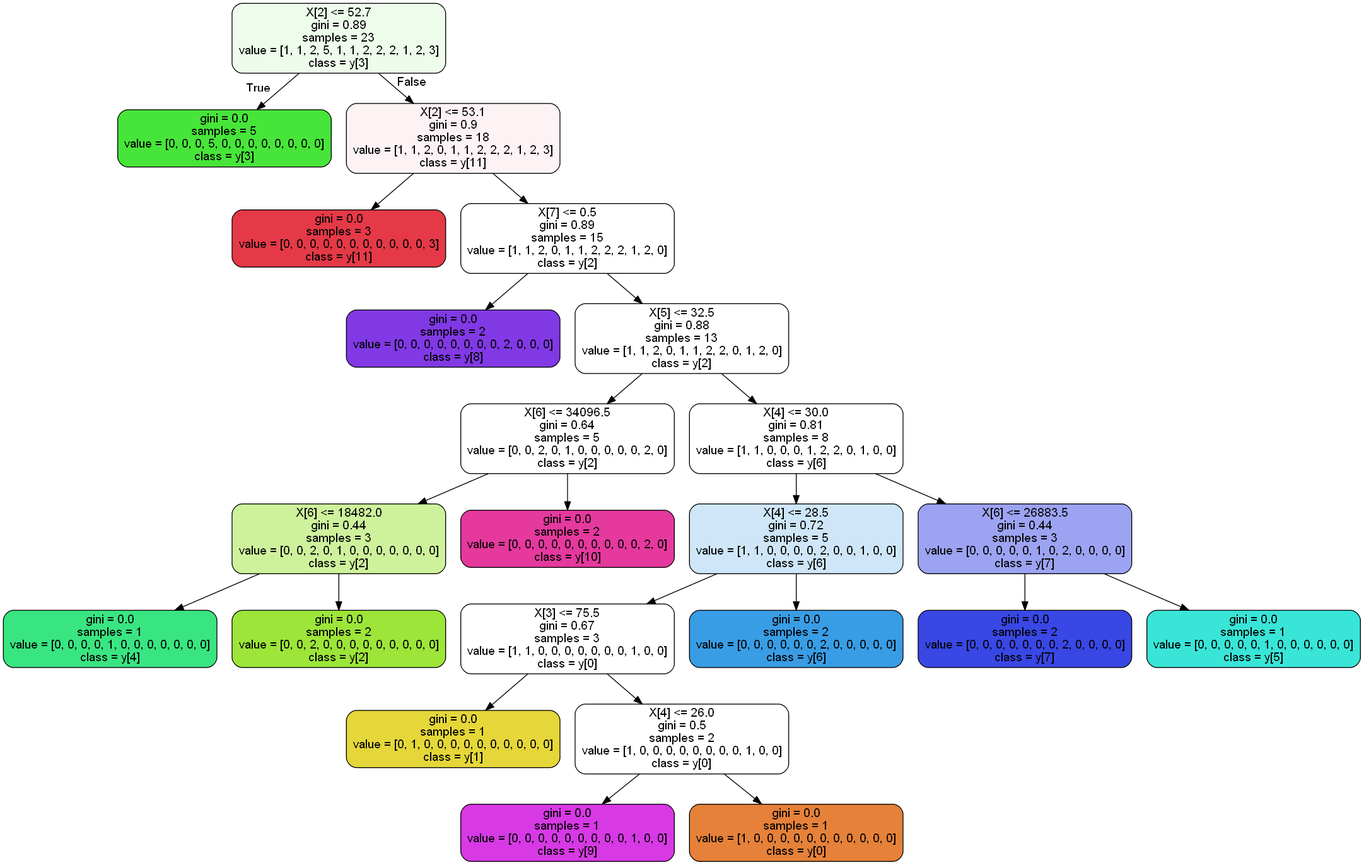
Above: treerace.png in AndreaDagg/DecisIonCAr (Graphviz), before the change. Its source is kept beside it as treerace.dot.
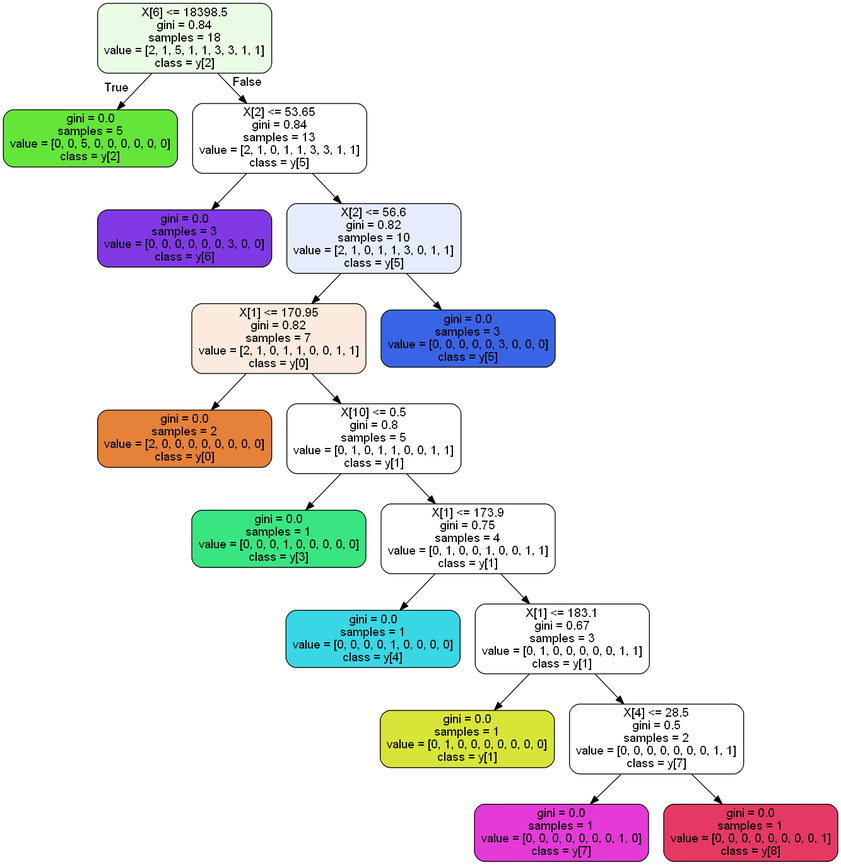
The same file after the commit.

Change to the diagram source:
```diff
@@ -1,49 +1,37 @@
 digraph Tree {
 node [shape=box, style="filled, rounded", color="black", fontname=helvetica] ;
 edge [fontname=helvetica] ;
-0 [label="X[2] <= 52.7\ngini = 0.89\nsamples = 23\nvalue = [1, 1, 2, 5, 1, 1, 2, 2, 2, 1, 2, 3]\nclass = y[3]", fillcolor="#edfceb"] ;
-1 [label="gini = 0.0\nsamples = 5\nvalue = [0, 0, 0, 5, 0, 0, 0, 0, 0, 0, 0, 0]\nclass = y[3]", fillcolor="#47e539"] ;
+0 [label="X[6] <= 18398.5\ngini = 0.84\nsamples = 18\nvalue = [2, 1, 5, 1, 1, 3, 3, 1, 1]\nclass = y[2]", fillcolor="#eafce5"] ;
+1 [label="gini = 0.0\nsamples = 5\nvalue = [0, 0, 5, 0, 0, 0, 0, 0, 0]\nclass = y[2]", fillcolor="#64e539"] ;
 0 -> 1 [labeldistance=2.5, labelangle=45, headlabel="True"] ;
-2 [label="X[2] <= 53.1\ngini = 0.9\nsamples = 18\nvalue = [1, 1, 2, 0, 1, 1, 2, 2, 2, 1, 2, 3]\nclass = y[11]", fillcolor="#fdf3f4"] ;
+2 [label="X[2] <= 53.65\ngini = 0.84\nsamples = 13\nvalue = [2, 1, 0, 1, 1, 3, 3, 1, 1]\nclass = y[5]", fillcolor="#ffffff"] ;
 0 -> 2 [labeldistance=2.5, labelangle=-45, headlabel="False"] ;
-3 [label="gini = 0.0\nsamples = 3\nvalue = [0, 0, 0, 0, 0, 0, 0, 0, 0, 0, 0, 3]\nclass = y[11]", fillcolor="#e53947"] ;
+3 [label="gini = 0.0\nsamples = 3\nvalue = [0, 0, 0, 0, 0, 0, 3, 0, 0]\nclass = y[6]", fillcolor="#8139e5"] ;
 2 -> 3 ;
-4 [label="X[7] <= 0.5\ngini = 0.89\nsamples = 15\nvalue = [1, 1, 2, 0, 1, 1, 2, 2, 2, 1, 2, 0]\nclass = y[2]", fillcolor="#ffffff"] ;
+4 [label="X[2] <= 56.6\ngini = 0.82\nsamples = 10\nvalue = [2, 1, 0, 1, 1, 3, 0, 1, 1]\nclass = y[5]", fillcolor="#e6ecfc"] ;
 2 -> 4 ;
-5 [label="gini = 0.0\nsamples = 2\nvalue = [0, 0, 0, 0, 0, 0, 0, 0, 2, 0, 0, 0]\nclass = y[8]", fillcolor="#8139e5"] ;
+5 [label="X[1] <= 170.95\ngini = 0.82\nsamples = 7\nvalue = [2, 1, 0, 1, 1, 0, 0, 1, 1]\nclass = y[0]", fillcolor="#fbeade"] ;
 4 -> 5 ;
-6 [label="X[5] <= 32.5\ngini = 0.88\nsamples = 13\nvalue = [1, 1, 2, 0, 1, 1, 2, 2, 0, 1, 2, 0]\nclass = y[2]", fillcolor="#ffffff"] ;
-4 -> 6 ;
-7 [label="X[6] <= 34096.5\ngini = 0.64\nsamples = 5\nvalue = [0, 0, 2, 0, 1, 0, 0, 0, 0, 0, 2, 0]\nclass = y[2]", fillcolor="#ffffff"] ;
-6 -> 7 ;
-8 [label="X[6] <= 18482.0\ngini = 0.44\nsamples = 3\nvalue = [0, 0, 2, 0, 1, 0, 0, 0, 0, 0, 0, 0]\nclass = y[2]", fillcolor="#cef29c"] ;
+6 [label="gini = 0.0\nsamples = 2\nvalue = [2, 0, 0, 0, 0, 0, 0, 0, 0]\nclass = y[0]", fillcolor="#e58139"] ;
+5 -> 6 ;
+7 [label="X[10] <= 0.5\ngini = 0.8\nsamples = 5\nvalue = [0, 1, 0, 1, 1, 0, 0, 1, 1]\nclass = y[1]", fillcolor="#ffffff"] ;
+5 -> 7 ;
+8 [label="gini = 0.0\nsamples = 1\nvalue = [0, 0, 0, 1, 0, 0, 0, 0, 0]\nclass = y[3]", fillcolor="#39e581"] ;
 7 -> 8 ;
-9 [label="gini = 0.0\nsamples = 1\nvalue = [0, 0, 0, 0, 1, 0, 0, 0, 0, 0, 0, 0]\nclass = y[4]", fillcolor="#39e581"] ;
-8 -> 9 ;
-10 [label="gini = 0.0\nsamples = 2\nvalue = [0, 0, 2, 0, 0, 0, 0, 0, 0, 0, 0, 0]\nclass = y[2]", fillcolor="#9de539"] ;
-8 -> 10 ;
-11 [label="gini = 0.0\nsamples = 2\nvalue = [0, 0, 0, 0, 0, 0, 0, 0, 0, 0, 2, 0]\nclass = y[10]", fillcolor="#e5399d"] ;
-7 -> 11 ;
-12 [label="X[4] <= 30.0\ngini = 0.81\nsamples = 8\nvalue = [1, 1, 0, 0, 0, 1, 2, 2, 0, 1, 0, 0]\nclass = y[6]", fillcolor="#ffffff"] ;
-6 -> 12 ;
-13 [label="X[4] <= 28.5\ngini = 0.72\nsamples = 5\nvalue = [1, 1, 0, 0, 0, 0, 2, 0, 0, 1, 0, 0]\nclass = y[6]", fillcolor="#cee6f8"] ;
-12 -> 13 ;
-14 [label="X[3] <= 75.5\ngini = 0.67\nsamples = 3\nvalue = [1, 1, 0, 0, 0, 0, 0, 0, 0, 1, 0, 0]\nclass = y[0]", fillcolor="#ffffff"] ;
+9 [label="X[1] <= 173.9\ngini = 0.75\nsamples = 4\nvalue = [0, 1, 0, 0, 1, 0, 0, 1, 1]\nclass = y[1]", fillcolor="#ffffff"] ;
+7 -> 9 ;
+10 [label="gini = 0.0\nsamples = 1\nvalue = [0, 0, 0, 0, 1, 0, 0, 0, 0]\nclass = y[4]", fillcolor="#39d7e5"] ;
+9 -> 10 ;
+11 [label="X[1] <= 183.1\ngini = 0.67\nsamples = 3\nvalue = [0, 1, 0, 0, 0, 0, 0, 1, 1]\nclass = y[1]", fillcolor="#ffffff"] ;
+9 -> 11 ;
+12 [label="gini = 0.0\nsamples = 1\nvalue = [0, 1, 0, 0, 0, 0, 0, 0, 0]\nclass = y[1]", fillcolor="#d7e539"] ;
+11 -> 12 ;
+13 [label="X[4] <= 28.5\ngini = 0.5\nsamples = 2\nvalue = [0, 0, 0, 0, 0, 0, 0, 1, 1]\nclass = y[7]", fillcolor="#ffffff"] ;
+11 -> 13 ;
+14 [label="gini = 0.0\nsamples = 1\nvalue = [0, 0, 0, 0, 0, 0, 0, 1, 0]\nclass = y[7]", fillcolor="#e539d7"] ;
 13 -> 14 ;
-15 [label="gini = 0.0\nsamples = 1\nvalue = [0, 1, 0, 0, 0, 0, 0, 0, 0, 0, 0, 0]\nclass = y[1]", fillcolor="#e5d739"] ;
-14 -> 15 ;
-16 [label="X[4] <= 26.0\ngini = 0.5\nsamples = 2\nvalue = [1, 0, 0, 0, 0, 0, 0, 0, 0, 1, 0, 0]\nclass = y[0]", fillcolor="#ffffff"] ;
-14 -> 16 ;
-17 [label="gini = 0.0\nsamples = 1\nvalue = [0, 0, 0, 0, 0, 0, 0, 0, 0, 1, 0, 0]\nclass = y[9]", fillcolor="#d739e5"] ;
-16 -> 17 ;
-18 [label="gini = 0.0\nsamples = 1\nvalue = [1, 0, 0, 0, 0, 0, 0, 0, 0, 0, 0, 0]\nclass = y[0]", fillcolor="#e58139"] ;
-16 -> 18 ;
-19 [label="gini = 0.0\nsamples = 2\nvalue = [0, 0, 0, 0, 0, 0, 2, 0, 0, 0, 0, 0]\nclass = y[6]", fillcolor="#399de5"] ;
-13 -> 19 ;
-20 [label="X[6] <= 26883.5\ngini = 0.44\nsamples = 3\nvalue = [0, 0, 0, 0, 0, 1, 0, 2, 0, 0, 0, 0]\nclass = y[7]", fillcolor="#9ca3f2"] ;
-12 -> 20 ;
-21 [label="gini = 0.0\nsamples = 2\nvalue = [0, 0, 0, 0, 0, 0, 0, 2, 0, 0, 0, 0]\nclass = y[7]", fillcolor="#3947e5"] ;
-20 -> 21 ;
-22 [label="gini = 0.0\nsamples = 1\nvalue = [0, 0, 0, 0, 0, 1, 0, 0, 0, 0, 0, 0]\nclass = y[5]", fillcolor="#39e5d7"] ;
-20 -> 22 ;
+15 [label="gini = 0.0\nsamples = 1\nvalue = [0, 0, 0, 0, 0, 0, 0, 0, 1]\nclass = y[8]", fillcolor="#e53964"] ;
+13 -> 15 ;
+16 [label="gini = 0.0\nsamples = 3\nvalue = [0, 0, 0, 0, 0, 3, 0, 0, 0]\nclass = y[5]", fillcolor="#3964e5"] ;
+4 -> 16 ;
 }
```
